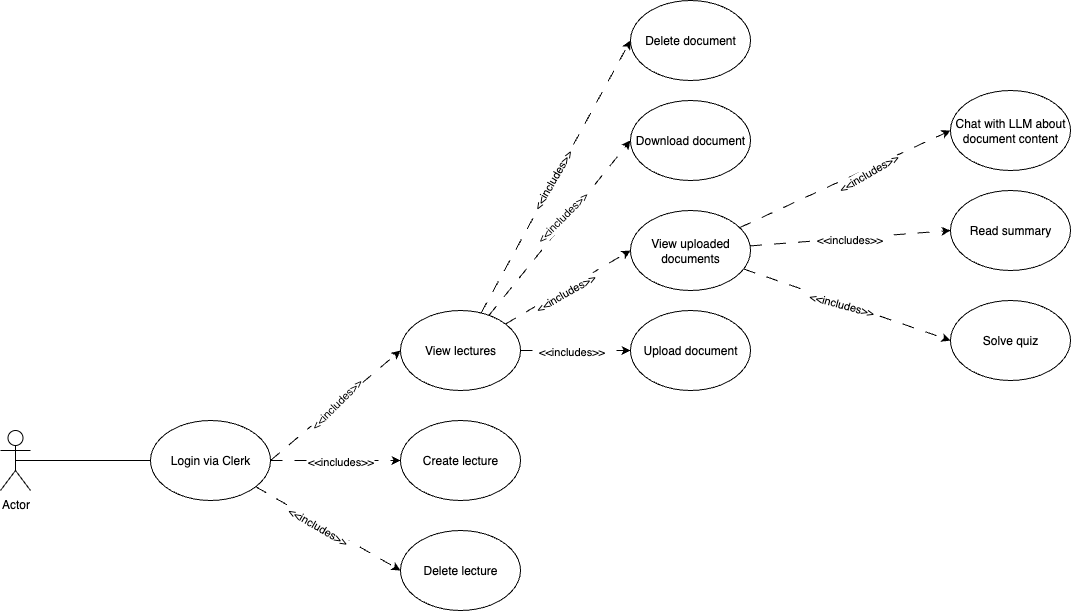
Earlier version of the draw.io export docs/diagrams/use-case-diagram.png (AET-DevOps25/team-sigma). Source tidied: cells renumbered, new cells last; positions are measured from the earlier drawing's top-left corner, leaving out a move shared by most shapes.
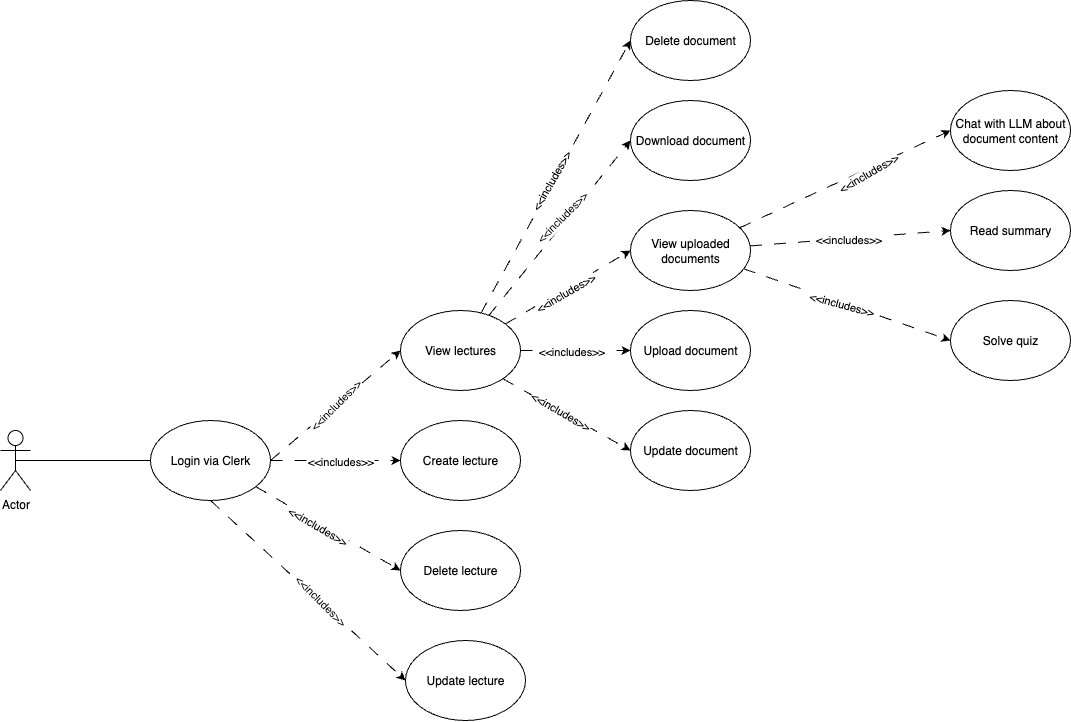
After the change.

Commit message:
Add new AOM and Use Case Diagram

The edit, as a diff of the source:
```diff
@@ -109,5 +109,27 @@
     <mxCell id="34" value="Upload document" style="ellipse;whiteSpace=wrap;html=1;" parent="1" vertex="1">
       <mxGeometry x="630" y="310" width="120" height="80" as="geometry" />
     </mxCell>
+    <mxCell id="35" value="Update lecture" style="ellipse;whiteSpace=wrap;html=1;" parent="1" vertex="1">
+      <mxGeometry x="405" y="640" width="120" height="80" as="geometry" />
+    </mxCell>
+    <mxCell id="36" style="rounded=0;jettySize=auto;html=1;entryX=0;entryY=0.5;entryDx=0;entryDy=0;dashed=1;dashPattern=12 12;exitX=0.5;exitY=1;exitDx=0;exitDy=0;" parent="1" edge="1" source="25" target="35">
+      <mxGeometry relative="1" as="geometry" />
+    </mxCell>
+    <mxCell id="37" value="&amp;lt;&amp;lt;includes&amp;gt;&amp;gt;" style="edgeLabel;html=1;align=center;verticalAlign=middle;rotation=45;" parent="36" vertex="1">
+      <mxGeometry x="-0.13" y="-3" relative="1" as="geometry">
+        <mxPoint x="27" y="19" as="offset" />
+      </mxGeometry>
+    </mxCell>
+    <mxCell id="38" value="Update document" style="ellipse;whiteSpace=wrap;html=1;" parent="1" vertex="1">
+      <mxGeometry x="630" y="410" width="120" height="80" as="geometry" />
+    </mxCell>
+    <mxCell id="39" style="rounded=0;jettySize=auto;html=1;entryX=0;entryY=0.5;entryDx=0;entryDy=0;dashed=1;dashPattern=12 12;exitX=1;exitY=1;exitDx=0;exitDy=0;" parent="1" edge="1" source="22" target="38">
+      <mxGeometry relative="1" as="geometry" />
+    </mxCell>
+    <mxCell id="40" value="&amp;lt;&amp;lt;includes&amp;gt;&amp;gt;" style="edgeLabel;html=1;align=center;verticalAlign=middle;rotation=30;" parent="39" vertex="1">
+      <mxGeometry x="-0.22" relative="1" as="geometry">
+        <mxPoint x="7" y="4" as="offset" />
+      </mxGeometry>
+    </mxCell>
   </root>
 </mxGraphModel>
```
